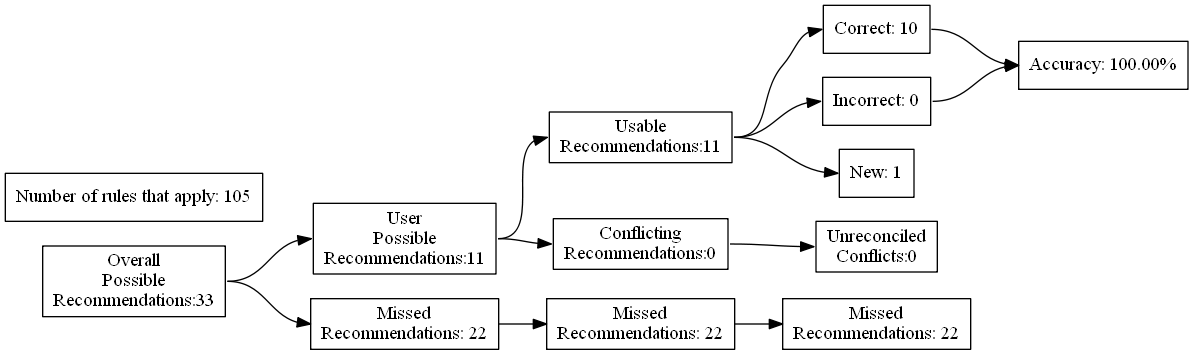
The Graphviz diagram test_renders/25.gv.png in ZaxR/ibd_diet_analysis, before a commit. Its source is kept beside it as test_renders/25.gv.
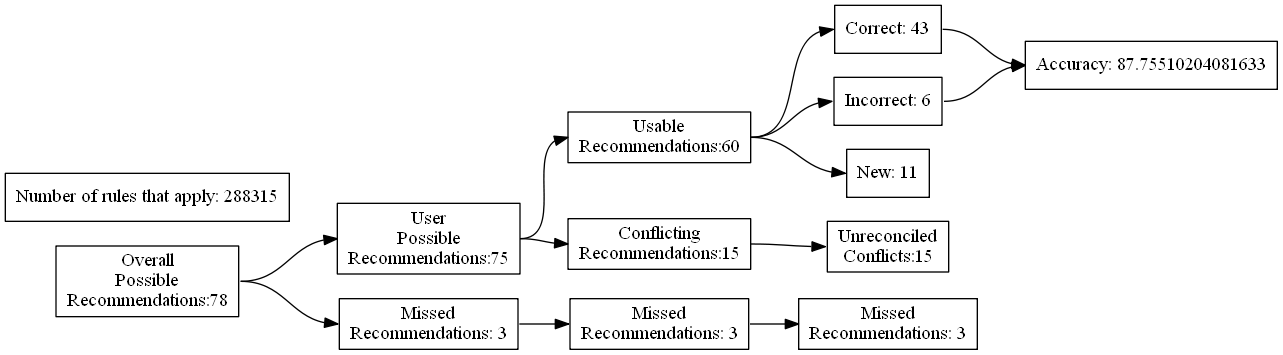
After the change.

Change to the diagram source:
```diff
@@ -4,27 +4,27 @@
 	edge [headport=w tailport=e]
 		A [label="Overall
 Possible
-Recommendations:33"]
+Recommendations:78"]
 		B [label="User
 Possible
-Recommendations:11"]
+Recommendations:75"]
 		C [label="Missed
-Recommendations: 22"]
+Recommendations: 3"]
 		D [label="Usable
-Recommendations:11"]
+Recommendations:60"]
 		E [label="Conflicting
-Recommendations:0"]
+Recommendations:15"]
 		J [label="Missed
-Recommendations: 22"]
+Recommendations: 3"]
 		M [label="Unreconciled
-Conflicts:0"]
-		F [label="Correct: 10"]
-		G [label="Incorrect: 0"]
-		H [label="New: 1"]
+Conflicts:15"]
+		F [label="Correct: 43"]
+		G [label="Incorrect: 6"]
+		H [label="New: 11"]
 		K [label="Missed
-Recommendations: 22"]
-		I [label="Accuracy: 100.00%"]
-		l [label="Number of rules that apply: 105"]
+Recommendations: 3"]
+		I [label="Accuracy: 87.75510204081633"]
+		l [label="Number of rules that apply: 288315"]
 			A -> B
 			A -> C
 			B -> D
```
